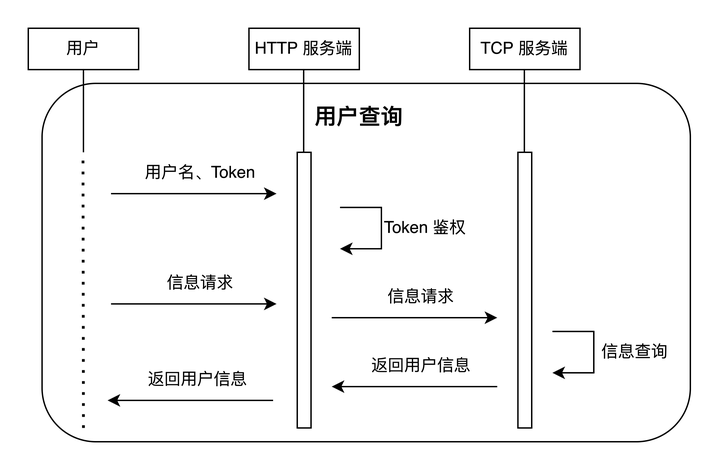
Above: 文档材料/用户查询.drawio.png in DingYuan0118/et_task (draw.io), before the change. Source tidied: cells renumbered, new cells last; positions are measured from the earlier drawing's top-left corner, leaving out a move shared by most shapes.
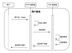
The same diagram one commit later.

What changed in the source:
```diff
@@ -3,7 +3,7 @@
     <mxCell id="0" />
     <mxCell id="1" parent="0" />
     <mxCell id="2" style="rounded=1;whiteSpace=wrap;html=1;" parent="1" vertex="1">
-      <mxGeometry x="10" y="40" width="470" height="260" as="geometry" />
+      <mxGeometry x="10" y="40" width="470" height="300" as="geometry" />
     </mxCell>
     <mxCell id="3" style="endArrow=classic;html=1;rounded=0;strokeWidth=1;" parent="1" edge="1">
       <mxGeometry relative="1" as="geometry">
@@ -27,29 +27,20 @@
       <mxGeometry x="256" y="130" width="64" height="30" as="geometry" />
     </mxCell>
     <mxCell id="7" style="rounded=0;whiteSpace=wrap;html=1;" parent="1" vertex="1">
-      <mxGeometry x="195" y="90" width="10" height="200" as="geometry" />
+      <mxGeometry x="195" y="90" width="10" height="240" as="geometry" />
     </mxCell>
     <mxCell id="8" style="rounded=0;whiteSpace=wrap;html=1;" parent="1" vertex="1">
-      <mxGeometry x="355" y="90" width="10" height="200" as="geometry" />
+      <mxGeometry x="355" y="90" width="10" height="240" as="geometry" />
     </mxCell>
     <mxCell id="9" style="endArrow=none;dashed=1;html=1;dashPattern=1 3;strokeWidth=2;rounded=0;" parent="1" edge="1">
       <mxGeometry relative="1" as="geometry">
-        <mxPoint x="40" y="290" as="sourcePoint" />
+        <mxPoint x="40" y="330" as="sourcePoint" />
         <mxPoint x="39.7" y="90" as="targetPoint" />
       </mxGeometry>
     </mxCell>
     <mxCell id="10" value="&lt;font style=&quot;font-size: 16px;&quot;&gt;&lt;b&gt;用户查询&lt;/b&gt;&lt;/font&gt;" style="text;html=1;strokeColor=none;fillColor=none;align=center;verticalAlign=middle;whiteSpace=wrap;rounded=0;" parent="1" vertex="1">
       <mxGeometry x="115" y="50" width="250" height="30" as="geometry" />
     </mxCell>
-    <mxCell id="11" style="endArrow=classic;html=1;rounded=0;strokeWidth=1;" parent="1" edge="1">
-      <mxGeometry relative="1" as="geometry">
-        <mxPoint x="60" y="200" as="sourcePoint" />
-        <mxPoint x="180" y="200" as="targetPoint" />
-      </mxGeometry>
-    </mxCell>
-    <mxCell id="12" value="信息请求" style="text;html=1;strokeColor=none;fillColor=none;align=center;verticalAlign=middle;whiteSpace=wrap;rounded=0;" parent="1" vertex="1">
-      <mxGeometry x="80" y="170" width="90" height="30" as="geometry" />
-    </mxCell>
     <mxCell id="13" style="endArrow=classic;html=1;rounded=0;strokeWidth=1;" parent="1" edge="1">
       <mxGeometry relative="1" as="geometry">
         <mxPoint x="220" y="210" as="sourcePoint" />
@@ -61,33 +52,33 @@
     </mxCell>
     <mxCell id="15" style="edgeStyle=elbowEdgeStyle;elbow=horizontal;endArrow=classic;html=1;rounded=0;strokeWidth=1;" parent="1" edge="1">
       <mxGeometry relative="1" as="geometry">
-        <mxPoint x="380" y="220" as="sourcePoint" />
-        <mxPoint x="380" y="250" as="targetPoint" />
+        <mxPoint x="380" y="270" as="sourcePoint" />
+        <mxPoint x="380" y="300" as="targetPoint" />
         <Array as="points">
-          <mxPoint x="410" y="240" />
+          <mxPoint x="410" y="290" />
         </Array>
       </mxGeometry>
     </mxCell>
     <mxCell id="16" value="信息查询" style="text;html=1;strokeColor=none;fillColor=none;align=center;verticalAlign=middle;whiteSpace=wrap;rounded=0;" parent="1" vertex="1">
-      <mxGeometry x="410" y="220" width="60" height="30" as="geometry" />
+      <mxGeometry x="410" y="270" width="60" height="30" as="geometry" />
     </mxCell>
     <mxCell id="17" style="endArrow=classic;html=1;rounded=0;strokeWidth=1;" parent="1" edge="1">
       <mxGeometry relative="1" as="geometry">
-        <mxPoint x="340" y="260" as="sourcePoint" />
-        <mxPoint x="220" y="260" as="targetPoint" />
+        <mxPoint x="340" y="310" as="sourcePoint" />
+        <mxPoint x="220" y="310" as="targetPoint" />
       </mxGeometry>
     </mxCell>
     <mxCell id="18" value="返回用户信息" style="text;html=1;strokeColor=none;fillColor=none;align=center;verticalAlign=middle;whiteSpace=wrap;rounded=0;" parent="1" vertex="1">
-      <mxGeometry x="240" y="230" width="90" height="30" as="geometry" />
+      <mxGeometry x="240" y="280" width="90" height="30" as="geometry" />
     </mxCell>
     <mxCell id="19" style="endArrow=classic;html=1;rounded=0;strokeWidth=1;" parent="1" edge="1">
       <mxGeometry relative="1" as="geometry">
-        <mxPoint x="177.5" y="270" as="sourcePoint" />
-        <mxPoint x="57.5" y="270" as="targetPoint" />
+        <mxPoint x="177.5" y="320" as="sourcePoint" />
+        <mxPoint x="57.5" y="320" as="targetPoint" />
       </mxGeometry>
     </mxCell>
     <mxCell id="20" value="返回用户信息" style="text;html=1;strokeColor=none;fillColor=none;align=center;verticalAlign=middle;whiteSpace=wrap;rounded=0;" parent="1" vertex="1">
-      <mxGeometry x="77.5" y="240" width="90" height="30" as="geometry" />
+      <mxGeometry x="77.5" y="290" width="90" height="30" as="geometry" />
     </mxCell>
     <mxCell id="21" value="用户" style="rounded=0;whiteSpace=wrap;html=1;" parent="1" vertex="1">
       <mxGeometry width="80" height="30" as="geometry" />
@@ -118,5 +109,17 @@
     <mxCell id="27" style="edgeStyle=orthogonalEdgeStyle;rounded=0;orthogonalLoop=1;jettySize=auto;html=1;exitX=0.5;exitY=1;exitDx=0;exitDy=0;" parent="1" edge="1" source="8" target="8">
       <mxGeometry relative="1" as="geometry" />
     </mxCell>
+    <mxCell id="28" style="edgeStyle=elbowEdgeStyle;elbow=horizontal;endArrow=classic;html=1;rounded=0;strokeWidth=1;" parent="1" edge="1">
+      <mxGeometry relative="1" as="geometry">
+        <mxPoint x="380" y="230" as="sourcePoint" />
+        <mxPoint x="380" y="260" as="targetPoint" />
+        <Array as="points">
+          <mxPoint x="410" y="250" />
+        </Array>
+      </mxGeometry>
+    </mxCell>
+    <mxCell id="29" value="缓存查询" style="text;html=1;strokeColor=none;fillColor=none;align=center;verticalAlign=middle;whiteSpace=wrap;rounded=0;" parent="1" vertex="1">
+      <mxGeometry x="410" y="230" width="60" height="30" as="geometry" />
+    </mxCell>
   </root>
 </mxGraphModel>
```
